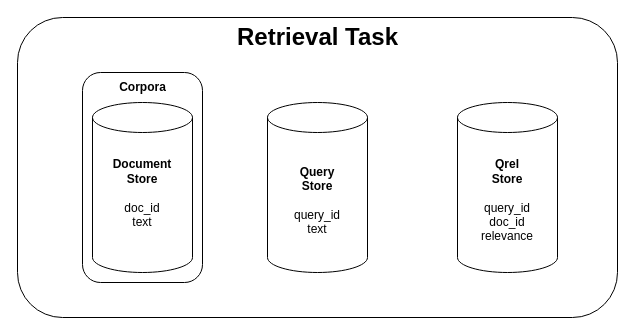
This is page "datasets" (2 of 6) of thesis/graphics/drawio/stages.drawio from Integer-Ctrl/thesis-fhofer, a draw.io file, before an edit. Source tidied: cells renumbered, new cells numbered last; positions are measured from the earlier drawing's top-left corner, leaving out a move shared by most shapes. Both pictures are drawn from the tidied source at 100%, with x=0, y=0 at pixel (17, 17).
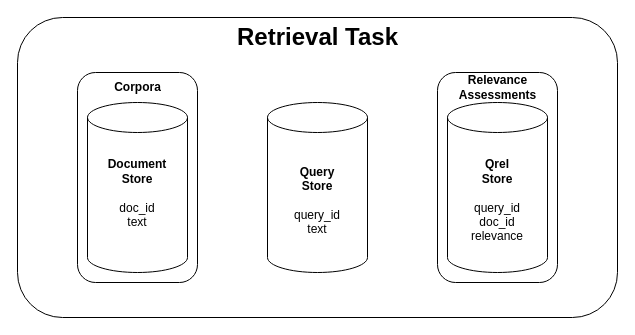
The same page after the edit.

The edit, as a diff of the source:
```diff
@@
 <mxGraphModel>
   <root>
     <mxCell id="0" />
     <mxCell id="1" parent="0" />
     <mxCell id="2" style="rounded=1;whiteSpace=wrap;html=1;" parent="1" vertex="1">
       <mxGeometry width="600" height="300" as="geometry" />
     </mxCell>
+    <mxCell id="9" style="rounded=1;whiteSpace=wrap;html=1;" parent="1" vertex="1">
+      <mxGeometry x="420" y="55" width="120" height="210" as="geometry" />
+    </mxCell>
+    <mxCell id="10" value="Relevance&lt;div&gt;Assessments&lt;/div&gt;" style="text;html=1;align=center;verticalAlign=middle;strokeColor=none;fillColor=none;fontStyle=1;" parent="1" vertex="1">
+      <mxGeometry x="435" y="50" width="90" height="40" as="geometry" />
+    </mxCell>
     <mxCell id="3" style="rounded=1;whiteSpace=wrap;html=1;" parent="1" vertex="1">
-      <mxGeometry x="65" y="55" width="120" height="210" as="geometry" />
+      <mxGeometry x="60" y="55" width="120" height="210" as="geometry" />
     </mxCell>
     <mxCell id="4" value="&lt;b&gt;Document&lt;/b&gt;&lt;div&gt;&lt;b&gt;Store&lt;/b&gt;&lt;/div&gt;&lt;div&gt;&lt;b&gt;&lt;br&gt;&lt;/b&gt;&lt;/div&gt;&lt;div&gt;doc_id&lt;/div&gt;&lt;div&gt;text&lt;/div&gt;&lt;div&gt;&lt;b&gt;&lt;br&gt;&lt;/b&gt;&lt;/div&gt;" style="shape=cylinder3;whiteSpace=wrap;html=1;boundedLbl=1;backgroundOutline=1;size=15;" parent="1" vertex="1">
-      <mxGeometry x="75" y="85" width="100" height="170" as="geometry" />
+      <mxGeometry x="70" y="85" width="100" height="170" as="geometry" />
     </mxCell>
     <mxCell id="5" value="&lt;b&gt;Query&lt;/b&gt;&lt;div&gt;&lt;b&gt;Store&lt;/b&gt;&lt;/div&gt;&lt;div&gt;&lt;b&gt;&lt;br&gt;&lt;/b&gt;&lt;/div&gt;&lt;div&gt;query_id&lt;/div&gt;&lt;div&gt;text&lt;/div&gt;" style="shape=cylinder3;whiteSpace=wrap;html=1;boundedLbl=1;backgroundOutline=1;size=15;" parent="1" vertex="1">
       <mxGeometry x="250" y="85" width="100" height="170" as="geometry" />
     </mxCell>
     <mxCell id="6" value="&lt;b&gt;Qrel&lt;/b&gt;&lt;div&gt;&lt;b&gt;Store&lt;/b&gt;&lt;/div&gt;&lt;div&gt;&lt;b&gt;&lt;br&gt;&lt;/b&gt;&lt;/div&gt;&lt;div&gt;query_id&lt;/div&gt;&lt;div&gt;doc_id&lt;/div&gt;&lt;div&gt;relevance&lt;/div&gt;" style="shape=cylinder3;whiteSpace=wrap;html=1;boundedLbl=1;backgroundOutline=1;size=15;" parent="1" vertex="1">
-      <mxGeometry x="440" y="85" width="100" height="170" as="geometry" />
+      <mxGeometry x="430" y="85" width="100" height="170" as="geometry" />
     </mxCell>
     <mxCell id="7" value="Corpora" style="text;html=1;align=center;verticalAlign=middle;strokeColor=none;fillColor=none;fontStyle=1;" parent="1" vertex="1">
-      <mxGeometry x="90" y="55" width="70" height="30" as="geometry" />
+      <mxGeometry x="85" y="55" width="70" height="30" as="geometry" />
     </mxCell>
     <mxCell id="8" value="&lt;b&gt;&lt;font style=&quot;font-size: 24px;&quot;&gt;Retrieval Task&lt;/font&gt;&lt;/b&gt;" style="text;html=1;align=center;verticalAlign=middle;strokeColor=none;fillColor=none;" parent="1" vertex="1">
       <mxGeometry x="210" width="180" height="40" as="geometry" />
     </mxCell>
   </root>
 </mxGraphModel>
```
